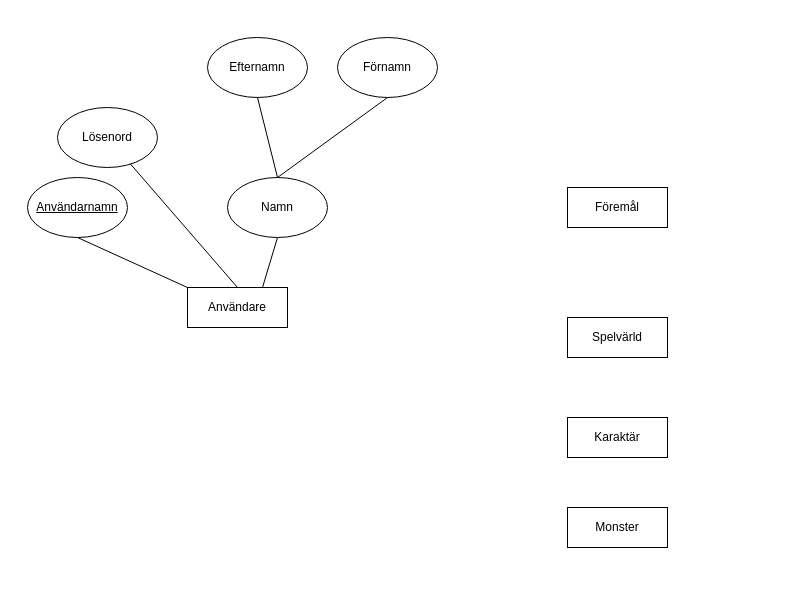
Above: ER-lab3.drawio in martindahlgren-coursework/dva273-database (draw.io), before the change. Source tidied: cells renumbered, new cells numbered last; positions are measured from the earlier drawing's top-left corner, leaving out a move shared by most shapes. Both pictures are drawn from the tidied source at 100%, with x=0, y=0 at pixel (27, 37).
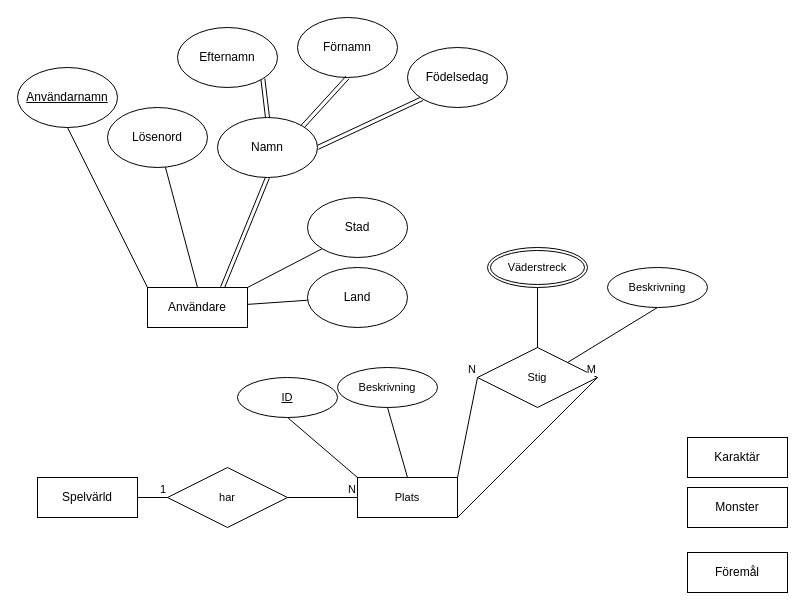
The same page after the edit.

The edit, as a diff of the source:
```diff
@@
     <mxCell id="2" value="&lt;div&gt;Spelvärld&lt;/div&gt;" style="whiteSpace=wrap;html=1;align=center;" parent="1" vertex="1">
-      <mxGeometry x="540" y="280" width="100" height="40" as="geometry" />
+      <mxGeometry x="10" y="440" width="100" height="40" as="geometry" />
     </mxCell>
@@
-    <mxCell id="4" style="rounded=0;jettySize=auto;html=1;exitX=0.75;exitY=0;exitDx=0;exitDy=0;entryX=0.5;entryY=1;entryDx=0;entryDy=0;endArrow=none;endFill=0;" parent="1" edge="1" source="5" target="16">
+    <mxCell id="4" style="rounded=0;jettySize=auto;html=1;exitX=0.75;exitY=0;exitDx=0;exitDy=0;entryX=0.5;entryY=1;entryDx=0;entryDy=0;endArrow=none;endFill=0;shape=link;" parent="1" edge="1" source="5" target="16">
       <mxGeometry relative="1" as="geometry" />
     </mxCell>
+    <mxCell id="18" style="edgeStyle=none;shape=connector;rounded=0;jettySize=auto;html=1;exitX=1;exitY=0;exitDx=0;exitDy=0;entryX=0;entryY=1;entryDx=0;entryDy=0;strokeColor=default;align=center;verticalAlign=middle;fontFamily=Helvetica;fontSize=11;fontColor=default;labelBackgroundColor=default;endArrow=none;endFill=0;" parent="1" edge="1" source="5" target="22">
+      <mxGeometry relative="1" as="geometry" />
+    </mxCell>
     <mxCell id="5" value="&lt;div&gt;Användare&lt;/div&gt;" style="whiteSpace=wrap;html=1;align=center;" parent="1" vertex="1">
-      <mxGeometry x="160" y="250" width="100" height="40" as="geometry" />
+      <mxGeometry x="120" y="250" width="100" height="40" as="geometry" />
     </mxCell>
     <mxCell id="6" value="&lt;div&gt;Karaktär&lt;/div&gt;" style="whiteSpace=wrap;html=1;align=center;" parent="1" vertex="1">
-      <mxGeometry x="540" y="380" width="100" height="40" as="geometry" />
+      <mxGeometry x="660" y="400" width="100" height="40" as="geometry" />
     </mxCell>
     <mxCell id="7" value="&lt;div&gt;Monster&lt;/div&gt;" style="whiteSpace=wrap;html=1;align=center;" parent="1" vertex="1">
-      <mxGeometry x="540" y="470" width="100" height="40" as="geometry" />
+      <mxGeometry x="660" y="450" width="100" height="40" as="geometry" />
     </mxCell>
     <mxCell id="8" value="Föremål" style="whiteSpace=wrap;html=1;align=center;" parent="1" vertex="1">
-      <mxGeometry x="540" y="150" width="100" height="40" as="geometry" />
+      <mxGeometry x="660" y="515" width="100" height="40" as="geometry" />
     </mxCell>
     <mxCell id="9" value="&lt;u&gt;Användarnamn&lt;/u&gt;" style="ellipse;whiteSpace=wrap;html=1;align=center;" parent="1" vertex="1">
-      <mxGeometry y="140" width="100" height="60" as="geometry" />
+      <mxGeometry x="-10" y="30" width="100" height="60" as="geometry" />
     </mxCell>
@@
     <mxCell id="11" value="&lt;div&gt;Lösenord&lt;/div&gt;" style="ellipse;whiteSpace=wrap;html=1;align=center;" parent="1" vertex="1">
-      <mxGeometry x="30" y="70" width="100" height="60" as="geometry" />
+      <mxGeometry x="80" y="70" width="100" height="60" as="geometry" />
     </mxCell>
-    <mxCell id="12" style="rounded=0;jettySize=auto;html=1;exitX=0.5;exitY=1;exitDx=0;exitDy=0;entryX=0.5;entryY=0;entryDx=0;entryDy=0;endArrow=none;endFill=0;" parent="1" edge="1" source="13" target="16">
+    <mxCell id="12" style="rounded=0;jettySize=auto;html=1;exitX=1;exitY=1;exitDx=0;exitDy=0;entryX=0.5;entryY=0;entryDx=0;entryDy=0;endArrow=none;endFill=0;shape=link;" parent="1" edge="1" source="13" target="16">
       <mxGeometry relative="1" as="geometry" />
     </mxCell>
     <mxCell id="13" value="&lt;div&gt;Efternamn&lt;/div&gt;" style="ellipse;whiteSpace=wrap;html=1;align=center;" parent="1" vertex="1">
-      <mxGeometry x="180" width="100" height="60" as="geometry" />
+      <mxGeometry x="150" y="-10" width="100" height="60" as="geometry" />
     </mxCell>
-    <mxCell id="14" style="rounded=0;jettySize=auto;html=1;exitX=0.5;exitY=1;exitDx=0;exitDy=0;endArrow=none;endFill=0;entryX=0.5;entryY=0;entryDx=0;entryDy=0;" parent="1" edge="1" source="15" target="16">
-      <mxGeometry relative="1" as="geometry" />
-    </mxCell>
     <mxCell id="15" value="&lt;div&gt;Förnamn&lt;/div&gt;" style="ellipse;whiteSpace=wrap;html=1;align=center;" parent="1" vertex="1">
-      <mxGeometry x="310" width="100" height="60" as="geometry" />
+      <mxGeometry x="270" y="-20" width="100" height="60" as="geometry" />
     </mxCell>
+    <mxCell id="19" style="edgeStyle=none;shape=link;rounded=0;jettySize=auto;html=1;exitX=1;exitY=0.5;exitDx=0;exitDy=0;entryX=0;entryY=1;entryDx=0;entryDy=0;strokeColor=default;align=center;verticalAlign=middle;fontFamily=Helvetica;fontSize=11;fontColor=default;labelBackgroundColor=default;endArrow=none;endFill=0;" parent="1" edge="1" source="16" target="21">
+      <mxGeometry relative="1" as="geometry" />
+    </mxCell>
+    <mxCell id="20" style="edgeStyle=none;shape=link;rounded=0;jettySize=auto;html=1;exitX=1;exitY=0;exitDx=0;exitDy=0;entryX=0.5;entryY=1;entryDx=0;entryDy=0;strokeColor=default;align=center;verticalAlign=middle;fontFamily=Helvetica;fontSize=11;fontColor=default;labelBackgroundColor=default;endArrow=none;endFill=0;" parent="1" edge="1" source="16" target="15">
+      <mxGeometry relative="1" as="geometry" />
+    </mxCell>
     <mxCell id="16" value="&lt;div&gt;Namn&lt;/div&gt;" style="ellipse;whiteSpace=wrap;html=1;align=center;" parent="1" vertex="1">
-      <mxGeometry x="200" y="140" width="100" height="60" as="geometry" />
+      <mxGeometry x="190" y="80" width="100" height="60" as="geometry" />
     </mxCell>
@@
+    <mxCell id="21" value="Födelsedag" style="ellipse;whiteSpace=wrap;html=1;align=center;" parent="1" vertex="1">
+      <mxGeometry x="380" y="10" width="100" height="60" as="geometry" />
+    </mxCell>
+    <mxCell id="22" value="&lt;div&gt;Stad&lt;/div&gt;" style="ellipse;whiteSpace=wrap;html=1;align=center;" parent="1" vertex="1">
+      <mxGeometry x="280" y="160" width="100" height="60" as="geometry" />
+    </mxCell>
+    <mxCell id="23" style="edgeStyle=none;shape=connector;rounded=0;jettySize=auto;html=1;strokeColor=default;align=center;verticalAlign=middle;fontFamily=Helvetica;fontSize=11;fontColor=default;labelBackgroundColor=default;endArrow=none;endFill=0;" parent="1" edge="1" source="24" target="5">
+      <mxGeometry relative="1" as="geometry" />
+    </mxCell>
+    <mxCell id="24" value="&lt;div&gt;Land&lt;/div&gt;" style="ellipse;whiteSpace=wrap;html=1;align=center;" parent="1" vertex="1">
+      <mxGeometry x="280" y="230" width="100" height="60" as="geometry" />
+    </mxCell>
+    <mxCell id="25" value="har" style="shape=rhombus;perimeter=rhombusPerimeter;whiteSpace=wrap;html=1;align=center;fontFamily=Helvetica;fontSize=11;fontColor=default;labelBackgroundColor=default;" parent="1" vertex="1">
+      <mxGeometry x="140" y="430" width="120" height="60" as="geometry" />
+    </mxCell>
+    <mxCell id="26" style="edgeStyle=none;shape=connector;rounded=0;orthogonalLoop=1;jettySize=auto;html=1;exitX=1;exitY=0;exitDx=0;exitDy=0;strokeColor=default;align=center;verticalAlign=middle;fontFamily=Helvetica;fontSize=11;fontColor=default;labelBackgroundColor=default;endArrow=none;endFill=0;" parent="1" edge="1" source="25" target="25">
+      <mxGeometry relative="1" as="geometry" />
+    </mxCell>
+    <mxCell id="27" style="edgeStyle=none;shape=connector;rounded=0;jettySize=auto;html=1;exitX=0;exitY=0;exitDx=0;exitDy=0;entryX=0.5;entryY=1;entryDx=0;entryDy=0;strokeColor=default;align=center;verticalAlign=middle;fontFamily=Helvetica;fontSize=11;fontColor=default;labelBackgroundColor=default;endArrow=none;endFill=0;" parent="1" edge="1" source="29" target="34">
+      <mxGeometry relative="1" as="geometry" />
+    </mxCell>
+    <mxCell id="28" style="edgeStyle=none;shape=connector;rounded=0;jettySize=auto;html=1;exitX=0.5;exitY=0;exitDx=0;exitDy=0;entryX=0.5;entryY=1;entryDx=0;entryDy=0;strokeColor=default;align=center;verticalAlign=middle;fontFamily=Helvetica;fontSize=11;fontColor=default;labelBackgroundColor=default;endArrow=none;endFill=0;" parent="1" edge="1" source="29" target="35">
+      <mxGeometry relative="1" as="geometry" />
+    </mxCell>
+    <mxCell id="29" value="&lt;div&gt;Plats&lt;/div&gt;" style="whiteSpace=wrap;html=1;align=center;fontFamily=Helvetica;fontSize=11;fontColor=default;labelBackgroundColor=default;" parent="1" vertex="1">
+      <mxGeometry x="330" y="440" width="100" height="40" as="geometry" />
+    </mxCell>
+    <mxCell id="30" style="endArrow=none;html=1;rounded=0;strokeColor=default;align=center;verticalAlign=middle;fontFamily=Helvetica;fontSize=11;fontColor=default;labelBackgroundColor=default;exitX=1;exitY=0.5;exitDx=0;exitDy=0;entryX=0;entryY=0.5;entryDx=0;entryDy=0;" parent="1" edge="1" source="25" target="29">
+      <mxGeometry relative="1" as="geometry" />
+    </mxCell>
+    <mxCell id="31" value="N" style="html=1;whiteSpace=wrap;align=right;verticalAlign=bottom;fontFamily=Helvetica;fontSize=11;fontColor=default;labelBackgroundColor=default;" parent="30" vertex="1">
+      <mxGeometry x="1" relative="1" as="geometry" />
+    </mxCell>
+    <mxCell id="32" style="endArrow=none;html=1;rounded=0;strokeColor=default;align=center;verticalAlign=middle;fontFamily=Helvetica;fontSize=11;fontColor=default;labelBackgroundColor=default;exitX=1;exitY=0.5;exitDx=0;exitDy=0;" parent="1" edge="1" source="2" target="25">
+      <mxGeometry relative="1" as="geometry" />
+    </mxCell>
+    <mxCell id="33" value="1" style="html=1;whiteSpace=wrap;align=right;verticalAlign=bottom;fontFamily=Helvetica;fontSize=11;fontColor=default;labelBackgroundColor=default;" parent="32" vertex="1">
+      <mxGeometry x="1" relative="1" as="geometry" />
+    </mxCell>
+    <mxCell id="34" value="&lt;div&gt;ID&lt;/div&gt;" style="ellipse;whiteSpace=wrap;html=1;align=center;fontStyle=4;fontFamily=Helvetica;fontSize=11;fontColor=default;labelBackgroundColor=default;" parent="1" vertex="1">
+      <mxGeometry x="210" y="340" width="100" height="40" as="geometry" />
+    </mxCell>
+    <mxCell id="35" value="Beskrivning" style="ellipse;whiteSpace=wrap;html=1;align=center;fontFamily=Helvetica;fontSize=11;fontColor=default;labelBackgroundColor=default;" parent="1" vertex="1">
+      <mxGeometry x="310" y="330" width="100" height="40" as="geometry" />
+    </mxCell>
+    <mxCell id="36" style="edgeStyle=none;shape=connector;rounded=0;jettySize=auto;html=1;exitX=0.5;exitY=0;exitDx=0;exitDy=0;entryX=0.5;entryY=1;entryDx=0;entryDy=0;strokeColor=default;align=center;verticalAlign=middle;fontFamily=Helvetica;fontSize=11;fontColor=default;labelBackgroundColor=default;endArrow=none;endFill=0;" parent="1" edge="1" source="38">
+      <mxGeometry relative="1" as="geometry">
+        <mxPoint x="510" y="270" as="targetPoint" />
+      </mxGeometry>
+    </mxCell>
+    <mxCell id="37" style="edgeStyle=none;shape=connector;rounded=0;jettySize=auto;html=1;exitX=1;exitY=0;exitDx=0;exitDy=0;entryX=0.5;entryY=1;entryDx=0;entryDy=0;strokeColor=default;align=center;verticalAlign=middle;fontFamily=Helvetica;fontSize=11;fontColor=default;labelBackgroundColor=default;endArrow=none;endFill=0;" parent="1" edge="1" source="38" target="46">
+      <mxGeometry relative="1" as="geometry" />
+    </mxCell>
+    <mxCell id="38" value="Stig" style="shape=rhombus;perimeter=rhombusPerimeter;whiteSpace=wrap;html=1;align=center;fontFamily=Helvetica;fontSize=11;fontColor=default;labelBackgroundColor=default;" parent="1" vertex="1">
+      <mxGeometry x="450" y="310" width="120" height="60" as="geometry" />
+    </mxCell>
+    <mxCell id="39" style="endArrow=none;html=1;rounded=0;strokeColor=default;align=center;verticalAlign=middle;fontFamily=Helvetica;fontSize=11;fontColor=default;labelBackgroundColor=default;exitX=1;exitY=0;exitDx=0;exitDy=0;entryX=0;entryY=0.5;entryDx=0;entryDy=0;" parent="1" edge="1" source="29" target="38">
+      <mxGeometry relative="1" as="geometry" />
+    </mxCell>
+    <mxCell id="40" value="N" style="html=1;whiteSpace=wrap;align=right;verticalAlign=bottom;fontFamily=Helvetica;fontSize=11;fontColor=default;labelBackgroundColor=default;" parent="39" vertex="1">
+      <mxGeometry x="1" relative="1" as="geometry" />
+    </mxCell>
+    <mxCell id="41" style="endArrow=none;html=1;rounded=0;strokeColor=default;align=center;verticalAlign=middle;fontFamily=Helvetica;fontSize=11;fontColor=default;labelBackgroundColor=default;exitX=1;exitY=1;exitDx=0;exitDy=0;entryX=1;entryY=0.5;entryDx=0;entryDy=0;" parent="1" edge="1" source="29" target="38">
+      <mxGeometry relative="1" as="geometry" />
+    </mxCell>
+    <mxCell id="42" value="&lt;div&gt;M&lt;/div&gt;" style="html=1;whiteSpace=wrap;align=right;verticalAlign=bottom;fontFamily=Helvetica;fontSize=11;fontColor=default;labelBackgroundColor=default;" parent="41" vertex="1">
+      <mxGeometry x="1" relative="1" as="geometry" />
+    </mxCell>
+    <mxCell id="43" style="edgeStyle=none;shape=connector;rounded=0;orthogonalLoop=1;jettySize=auto;html=1;exitX=1;exitY=0;exitDx=0;exitDy=0;strokeColor=default;align=center;verticalAlign=middle;fontFamily=Helvetica;fontSize=11;fontColor=default;labelBackgroundColor=default;endArrow=none;endFill=0;" parent="1" edge="1">
+      <mxGeometry relative="1" as="geometry">
+        <mxPoint x="545.4" y="235.9" as="sourcePoint" />
+        <mxPoint x="545.4" y="235.9" as="targetPoint" />
+      </mxGeometry>
+    </mxCell>
+    <mxCell id="44" style="edgeStyle=none;shape=connector;rounded=0;jettySize=auto;html=1;strokeColor=default;align=center;verticalAlign=middle;fontFamily=Helvetica;fontSize=11;fontColor=default;labelBackgroundColor=default;endArrow=none;endFill=0;" parent="1" edge="1" source="45" target="38">
+      <mxGeometry relative="1" as="geometry" />
+    </mxCell>
+    <mxCell id="45" value="Väderstreck" style="ellipse;shape=doubleEllipse;margin=3;whiteSpace=wrap;html=1;align=center;fontFamily=Helvetica;fontSize=11;fontColor=default;labelBackgroundColor=default;" parent="1" vertex="1">
+      <mxGeometry x="460" y="210" width="100" height="40" as="geometry" />
+    </mxCell>
+    <mxCell id="46" value="&lt;div&gt;Beskrivning&lt;/div&gt;" style="ellipse;whiteSpace=wrap;html=1;align=center;fontFamily=Helvetica;fontSize=11;fontColor=default;labelBackgroundColor=default;" parent="1" vertex="1">
+      <mxGeometry x="580" y="230" width="100" height="40" as="geometry" />
+    </mxCell>
```
